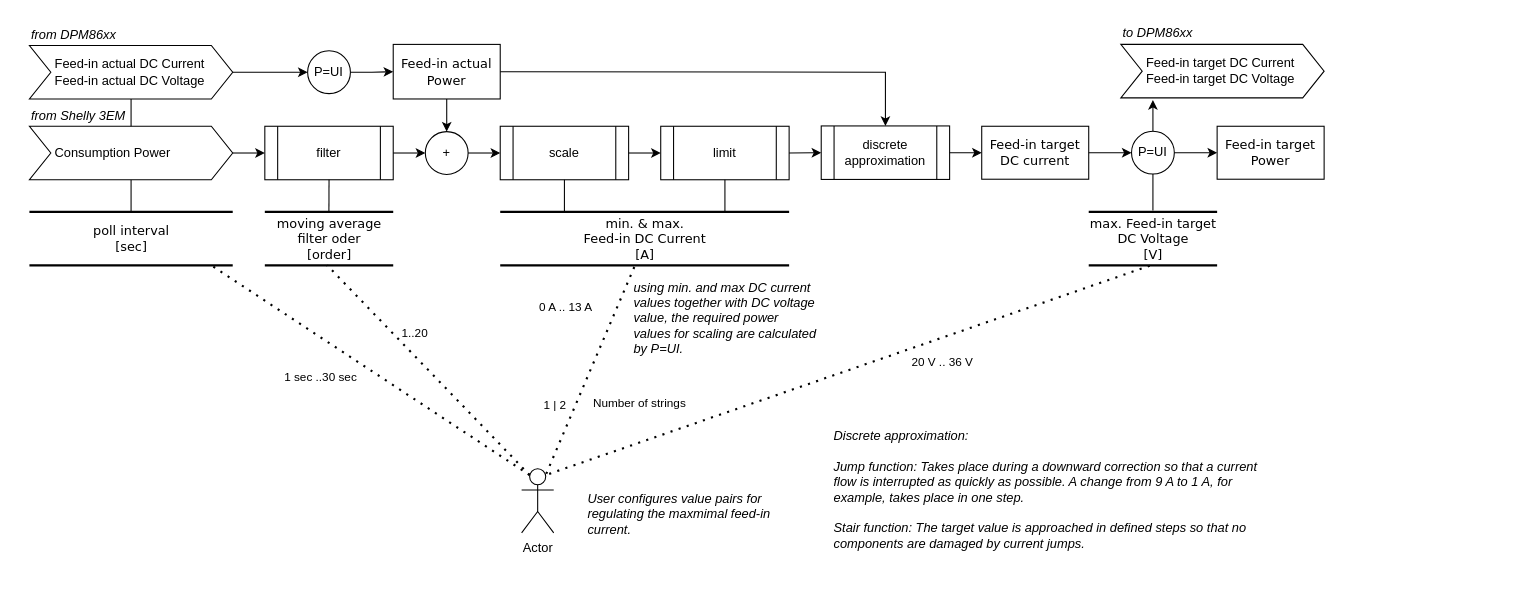
Above: page "processing" (2 of 3) of docs/images/pvzero.drawio in JoTid/PVZero (draw.io), before the change. Source tidied: cells renumbered, new cells numbered last; positions are measured from the earlier drawing's top-left corner, leaving out a move shared by most shapes. Both pictures are drawn from the tidied source at 107%, with x=0, y=0 at pixel (29, 22).
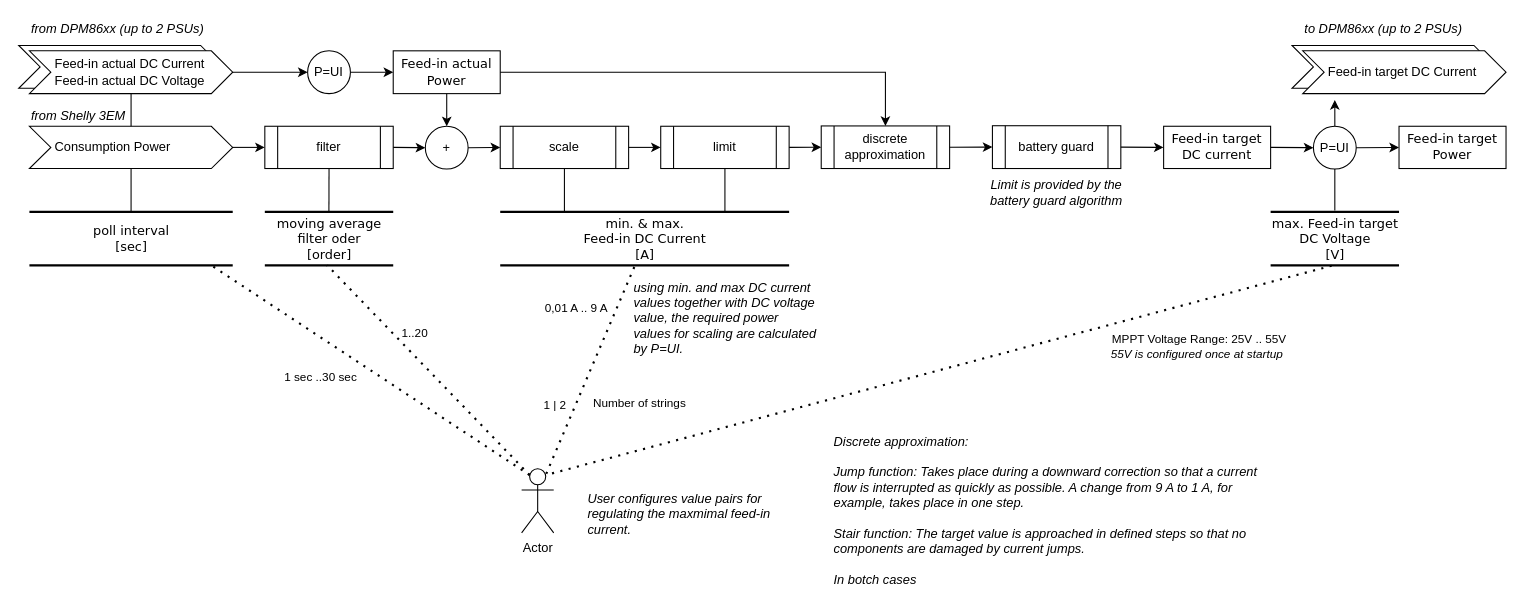
After the change.

The change refers to these unchanged cells:
```xml
<mxCell id="9" style="endArrow=none;dashed=1;html=1;dashPattern=1 3;strokeWidth=2;rounded=0;exitX=0.464;exitY=1.031;exitDx=0;exitDy=0;exitPerimeter=0;entryX=0.75;entryY=0.1;entryDx=0;entryDy=0;entryPerimeter=0;" parent="1" edge="1" source="6" target="8">
  <mxGeometry relative="1" as="geometry" />
</mxCell>
<mxCell id="23" value="P=UI" style="ellipse;whiteSpace=wrap;html=1;" parent="1" vertex="1">
  <mxGeometry x="260" y="26" width="40" height="40" as="geometry" />
</mxCell>
<mxCell id="25" style="endArrow=none;dashed=1;html=1;dashPattern=1 3;strokeWidth=2;rounded=0;exitX=0.475;exitY=1.007;exitDx=0;exitDy=0;exitPerimeter=0;entryX=0.75;entryY=0.1;entryDx=0;entryDy=0;entryPerimeter=0;" parent="1" edge="1" source="2" target="8">
  <mxGeometry relative="1" as="geometry" />
</mxCell>
```

Diff of the diagram source:
```diff
@@
     <mxCell id="2" value="max. Feed-in target&lt;br&gt;DC Voltage&lt;br&gt;[V]" style="html=1;rounded=0;shadow=0;comic=0;labelBackgroundColor=none;strokeWidth=2;fontFamily=Verdana;fontSize=12;align=center;shape=mxgraph.ios7ui.horLines;fillColor=none;" parent="1" vertex="1">
-      <mxGeometry x="990" y="176.5" width="120" height="50" as="geometry" />
+      <mxGeometry x="1160" y="176.5" width="120" height="50" as="geometry" />
     </mxCell>
     <mxCell id="3" value="filter" style="shape=process;whiteSpace=wrap;html=1;backgroundOutline=1;fillColor=none;" parent="1" vertex="1">
-      <mxGeometry x="220" y="96.5" width="120" height="50" as="geometry" />
+      <mxGeometry x="220" y="96.5" width="120" height="39.5" as="geometry" />
     </mxCell>
@@
     <mxCell id="7" value="Feed-in target DC current" style="whiteSpace=wrap;html=1;rounded=0;shadow=0;comic=0;labelBackgroundColor=none;strokeWidth=1;fontFamily=Verdana;fontSize=12;align=center;fillColor=none;spacingLeft=0;" parent="1" vertex="1">
-      <mxGeometry x="890" y="96.5" width="100" height="49.5" as="geometry" />
+      <mxGeometry x="1060" y="96.5" width="100" height="39.5" as="geometry" />
     </mxCell>
@@
-    <mxCell id="10" value="0 A .. 13 A" style="edgeLabel;html=1;align=center;verticalAlign=middle;" parent="9" vertex="1">
-      <mxGeometry x="-0.05" y="-1" relative="1" as="geometry">
-        <mxPoint x="-25" y="-54" as="offset" />
-      </mxGeometry>
-    </mxCell>
@@
     <mxCell id="21" value="+" style="ellipse;whiteSpace=wrap;html=1;" parent="1" vertex="1">
-      <mxGeometry x="370" y="101.5" width="40" height="40" as="geometry" />
+      <mxGeometry x="370" y="96.5" width="40" height="40" as="geometry" />
     </mxCell>
@@
     <mxCell id="24" value="scale" style="shape=process;whiteSpace=wrap;html=1;backgroundOutline=1;fillColor=none;" parent="1" vertex="1">
-      <mxGeometry x="440" y="96.5" width="120" height="50" as="geometry" />
+      <mxGeometry x="440" y="96.5" width="120" height="39.5" as="geometry" />
     </mxCell>
@@
-    <mxCell id="26" value="20 V .. 36 V" style="edgeLabel;html=1;align=center;verticalAlign=middle;" parent="25" vertex="1">
+    <mxCell id="26" value="MPPT Voltage Range:&amp;nbsp;25V .. 55V" style="edgeLabel;html=1;align=left;verticalAlign=middle;" parent="25" vertex="1">
       <mxGeometry x="-0.05" y="-1" relative="1" as="geometry">
-        <mxPoint x="74" y="-2" as="offset" />
+        <mxPoint x="142" y="-23" as="offset" />
       </mxGeometry>
     </mxCell>
     <mxCell id="27" value="Consumption Power" style="shape=step;perimeter=stepPerimeter;whiteSpace=wrap;html=1;fixedSize=1;spacingLeft=22;align=left;" parent="1" vertex="1">
-      <mxGeometry y="96.5" width="190" height="50" as="geometry" />
+      <mxGeometry y="96.5" width="190" height="39.5" as="geometry" />
     </mxCell>
-    <mxCell id="28" value="Feed-in actual DC Current&lt;br&gt;Feed-in actual DC Voltage" style="shape=step;perimeter=stepPerimeter;whiteSpace=wrap;html=1;fixedSize=1;align=left;spacingLeft=22;" parent="1" vertex="1">
-      <mxGeometry y="21" width="190" height="50" as="geometry" />
+    <mxCell id="28" style="shape=step;perimeter=stepPerimeter;whiteSpace=wrap;html=1;fixedSize=1;align=left;spacingLeft=22;size=20;" parent="1" vertex="1">
+      <mxGeometry x="-10" y="21" width="190" height="40" as="geometry" />
     </mxCell>
     <mxCell id="29" value="Feed-in actual&lt;br&gt;Power" style="whiteSpace=wrap;html=1;rounded=0;shadow=0;comic=0;labelBackgroundColor=none;strokeWidth=1;fontFamily=Verdana;fontSize=12;align=center;fillColor=none;" parent="1" vertex="1">
-      <mxGeometry x="340" y="20" width="100" height="51" as="geometry" />
+      <mxGeometry x="340" y="26" width="100" height="40" as="geometry" />
     </mxCell>
@@
-    <mxCell id="32" style="endArrow=classic;html=1;rounded=0;exitX=1;exitY=0.5;exitDx=0;exitDy=0;entryX=0;entryY=0.5;entryDx=0;entryDy=0;" parent="1" edge="1" source="28" target="23">
+    <mxCell id="32" style="endArrow=classic;html=1;rounded=0;exitX=1;exitY=0.5;exitDx=0;exitDy=0;entryX=0;entryY=0.5;entryDx=0;entryDy=0;" parent="1" edge="1" source="55" target="23">
       <mxGeometry relative="1" as="geometry" />
     </mxCell>
@@
     <mxCell id="34" value="Feed-in target&lt;br&gt;Power" style="whiteSpace=wrap;html=1;rounded=0;shadow=0;comic=0;labelBackgroundColor=none;strokeWidth=1;fontFamily=Verdana;fontSize=12;align=center;fillColor=none;spacingLeft=0;" parent="1" vertex="1">
-      <mxGeometry x="1110" y="96.5" width="100" height="49.5" as="geometry" />
+      <mxGeometry x="1280" y="96.5" width="100" height="39.5" as="geometry" />
     </mxCell>
     <mxCell id="35" value="P=UI" style="ellipse;whiteSpace=wrap;html=1;" parent="1" vertex="1">
-      <mxGeometry x="1030" y="101.2" width="40" height="40" as="geometry" />
+      <mxGeometry x="1200" y="96.5" width="40" height="40" as="geometry" />
     </mxCell>
     <mxCell id="36" value="limit" style="shape=process;whiteSpace=wrap;html=1;backgroundOutline=1;fillColor=none;" parent="1" vertex="1">
-      <mxGeometry x="590" y="96.5" width="120" height="50" as="geometry" />
+      <mxGeometry x="590" y="96.5" width="120" height="39.5" as="geometry" />
     </mxCell>
@@
-    <mxCell id="40" style="endArrow=none;html=1;rounded=0;entryX=0.5;entryY=1;entryDx=0;entryDy=0;exitX=0.5;exitY=0;exitDx=0;exitDy=0;" parent="1" edge="1" source="27" target="28">
+    <mxCell id="40" style="endArrow=none;html=1;rounded=0;entryX=0.5;entryY=1;entryDx=0;entryDy=0;exitX=0.5;exitY=0;exitDx=0;exitDy=0;" parent="1" edge="1" source="27" target="55">
       <mxGeometry relative="1" as="geometry" />
     </mxCell>
@@
-    <mxCell id="43" value="Feed-in target DC Current&lt;br style=&quot;border-color: var(--border-color);&quot;&gt;Feed-in target DC Voltage" style="shape=step;perimeter=stepPerimeter;whiteSpace=wrap;html=1;fixedSize=1;spacingLeft=22;align=left;" parent="1" vertex="1">
-      <mxGeometry x="1020" y="20" width="190" height="50" as="geometry" />
+    <mxCell id="43" style="shape=step;perimeter=stepPerimeter;whiteSpace=wrap;html=1;fixedSize=1;spacingLeft=22;align=left;" parent="1" vertex="1">
+      <mxGeometry x="1180" y="21" width="190" height="40" as="geometry" />
     </mxCell>
     <mxCell id="44" style="endArrow=classic;html=1;rounded=0;exitX=0.5;exitY=0;exitDx=0;exitDy=0;" parent="1" edge="1" source="35">
       <mxGeometry relative="1" as="geometry">
-        <mxPoint x="1050" y="72" as="targetPoint" />
+        <mxPoint x="1220" y="72" as="targetPoint" />
       </mxGeometry>
     </mxCell>
-    <mxCell id="45" value="&lt;i&gt;to DPM86xx&lt;/i&gt;" style="text;html=1;align=left;verticalAlign=middle;whiteSpace=wrap;rounded=0;" parent="1" vertex="1">
-      <mxGeometry x="1020" width="110" height="20" as="geometry" />
+    <mxCell id="45" value="&lt;i&gt;to DPM86xx (up to 2 PSUs)&lt;/i&gt;" style="text;html=1;align=left;verticalAlign=middle;whiteSpace=wrap;rounded=0;" parent="1" vertex="1">
+      <mxGeometry x="1190" y="-4" width="160" height="20" as="geometry" />
     </mxCell>
-    <mxCell id="46" value="&lt;i&gt;from DPM86xx&lt;/i&gt;" style="text;html=1;align=left;verticalAlign=middle;whiteSpace=wrap;rounded=0;" parent="1" vertex="1">
-      <mxGeometry y="1" width="110" height="20" as="geometry" />
+    <mxCell id="46" value="&lt;i&gt;from DPM86xx (up to 2 PSUs)&lt;/i&gt;" style="text;html=1;align=left;verticalAlign=middle;whiteSpace=wrap;rounded=0;" parent="1" vertex="1">
+      <mxGeometry y="-4" width="180" height="20" as="geometry" />
     </mxCell>
@@
     <mxCell id="48" value="discrete approximation" style="shape=process;whiteSpace=wrap;html=1;backgroundOutline=1;fillColor=none;" parent="1" vertex="1">
-      <mxGeometry x="740" y="96.2" width="120" height="50" as="geometry" />
+      <mxGeometry x="740" y="96.2" width="120" height="39.8" as="geometry" />
     </mxCell>
@@
-    <mxCell id="50" style="endArrow=classic;html=1;rounded=0;entryX=0;entryY=0.5;entryDx=0;entryDy=0;exitX=1;exitY=0.5;exitDx=0;exitDy=0;" parent="1" edge="1" source="48" target="7">
+    <mxCell id="50" style="endArrow=classic;html=1;rounded=0;entryX=0;entryY=0.5;entryDx=0;entryDy=0;exitX=1;exitY=0.5;exitDx=0;exitDy=0;" parent="1" edge="1" source="48" target="57">
       <mxGeometry relative="1" as="geometry" />
     </mxCell>
-    <mxCell id="51" value="&lt;div&gt;Discrete approximation:&lt;br&gt;&lt;/div&gt;&lt;div&gt;&lt;br&gt;&lt;/div&gt;&lt;div&gt;Jump function: Takes place during a downward correction so that a current flow is interrupted as quickly as possible. A change from 9 A to 1 A, for example, takes place in one step.&lt;/div&gt;&lt;div&gt;&lt;br&gt;&lt;/div&gt;&lt;div&gt;Stair function: The target value is approached in defined steps so that no components are damaged by current jumps.&lt;/div&gt;" style="text;html=1;strokeColor=none;fillColor=none;align=left;verticalAlign=middle;whiteSpace=wrap;rounded=0;fontStyle=2;" parent="1" vertex="1">
-      <mxGeometry x="750" y="376" width="400" height="120" as="geometry" />
+    <mxCell id="51" value="&lt;div&gt;Discrete approximation:&lt;br&gt;&lt;/div&gt;&lt;div&gt;&lt;br&gt;&lt;/div&gt;&lt;div&gt;Jump function: Takes place during a downward correction so that a current flow is interrupted as quickly as possible. A change from 9 A to 1 A, for example, takes place in one step.&lt;/div&gt;&lt;div&gt;&lt;br&gt;&lt;/div&gt;&lt;div&gt;Stair function: The target value is approached in defined steps so that no components are damaged by current jumps.&lt;/div&gt;&lt;div&gt;&lt;br&gt;&lt;/div&gt;&lt;div&gt;In botch cases&amp;nbsp;&lt;/div&gt;" style="text;html=1;strokeColor=none;fillColor=none;align=left;verticalAlign=middle;whiteSpace=wrap;rounded=0;fontStyle=2;" parent="1" vertex="1">
+      <mxGeometry x="750" y="376" width="400" height="160" as="geometry" />
     </mxCell>
@@
+    <mxCell id="55" value="Feed-in actual DC Current&lt;br&gt;Feed-in actual DC Voltage" style="shape=step;perimeter=stepPerimeter;whiteSpace=wrap;html=1;fixedSize=1;align=left;spacingLeft=22;" parent="1" vertex="1">
+      <mxGeometry y="26" width="190" height="40" as="geometry" />
+    </mxCell>
+    <mxCell id="56" value="Feed-in target DC Current" style="shape=step;perimeter=stepPerimeter;whiteSpace=wrap;html=1;fixedSize=1;spacingLeft=22;align=left;" parent="1" vertex="1">
+      <mxGeometry x="1190" y="26" width="190" height="40" as="geometry" />
+    </mxCell>
+    <mxCell id="57" value="battery guard" style="shape=process;whiteSpace=wrap;html=1;backgroundOutline=1;fillColor=none;" parent="1" vertex="1">
+      <mxGeometry x="900" y="96" width="120" height="40" as="geometry" />
+    </mxCell>
+    <mxCell id="58" value="Limit is provided by the battery guard algorithm" style="text;html=1;strokeColor=none;fillColor=none;align=center;verticalAlign=middle;whiteSpace=wrap;rounded=0;fontStyle=2;" parent="1" vertex="1">
+      <mxGeometry x="890" y="136.5" width="140" height="45" as="geometry" />
+    </mxCell>
+    <mxCell id="59" value="0,01 A .. 9 A" style="edgeLabel;html=1;align=center;verticalAlign=middle;" parent="1" vertex="1">
+      <mxGeometry x="510" y="266" as="geometry" />
+    </mxCell>
+    <mxCell id="60" style="endArrow=classic;html=1;rounded=0;exitX=1;exitY=0.5;exitDx=0;exitDy=0;entryX=0;entryY=0.5;entryDx=0;entryDy=0;" parent="1" edge="1" source="57" target="7">
+      <mxGeometry relative="1" as="geometry" />
+    </mxCell>
+    <mxCell id="61" value="55V is configured once at startup" style="edgeLabel;html=1;align=left;verticalAlign=middle;fontStyle=2;" parent="1" vertex="1">
+      <mxGeometry x="1009" y="309" as="geometry" />
+    </mxCell>
```
